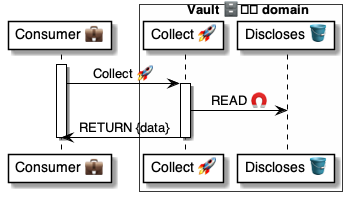
Earlier version of the PlantUML export 4 ⚙️ Solution/41 🎭 Domain Roles/Vaults 🗄️/🗄️📨 Vault msgs/Collect 💼🚀🗄️/🗄️ Collect ⚙️ uml.png (pollyweb-org/pollyweb-docs). Its source is kept beside it as 4 ⚙️ Solution/41 🎭 Domain Roles/Vaults 🗄️/🗄️📨 Vault msgs/Collect 💼🚀🗄️/🗄️ Collect ⚙️ uml.puml.
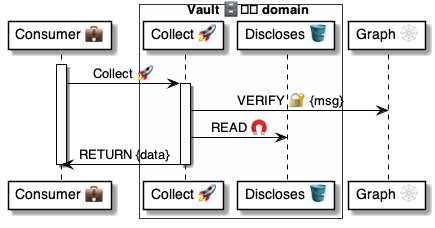
The same diagram one commit later.

Diff of the diagram source:
```diff
@@ -1,16 +1,17 @@
 @startuml Collet@Vault
 
 participant "Consumer 💼" as consumer
-
 box Vault 🗄️️ domain #FFFFFA
     participant "Collect 🚀" as vault
     participant "Discloses 🪣" as table
 end box
+participant "Graph 🕸" as graph
 
 
 activate consumer
     consumer -> vault: Collect 🚀
     activate vault
+        vault -> graph: VERIFY 🔐 {msg}
         vault -> table: READ 🧲
         vault -> consumer: RETURN {data}
     deactivate vault
```
